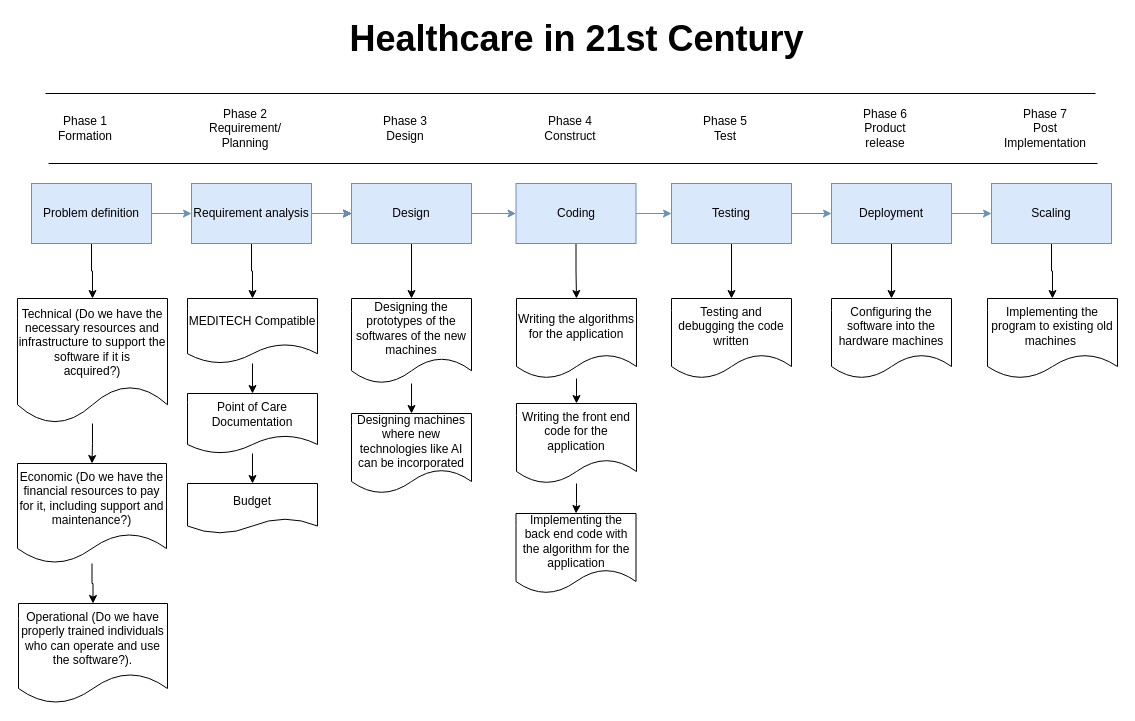
Before: page "SDLC Diagram" (1 of 5) of Healthcare system 21st centuary.drawio in YatinBajajOP/SEPM, a draw.io diagram. Source tidied: cells renumbered, new cells numbered last; positions are measured from the earlier drawing's top-left corner, leaving out a move shared by most shapes. Both pictures are drawn from the tidied source at 100%, with x=0, y=0 at pixel (17, 23).
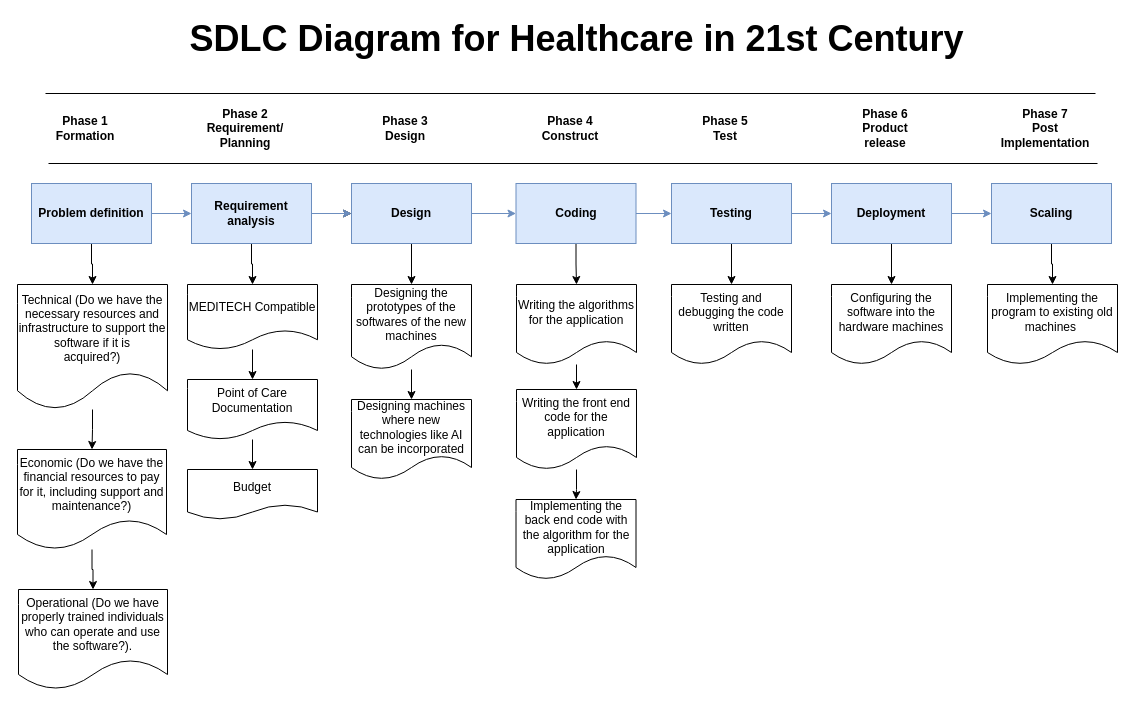
Above is the later version.

What changed in the source:
```diff
@@
-    <mxCell id="2" style="edgeStyle=orthogonalEdgeStyle;rounded=0;jettySize=auto;html=1;fillColor=#dae8fc;strokeColor=#6c8ebf;" parent="1" edge="1" source="4" target="8">
+    <mxCell id="2" style="edgeStyle=orthogonalEdgeStyle;rounded=0;jettySize=auto;html=1;fillColor=#dae8fc;strokeColor=#6c8ebf;fontStyle=1;" parent="1" edge="1" source="4" target="8">
       <mxGeometry relative="1" as="geometry" />
     </mxCell>
@@
-    <mxCell id="4" value="Problem definition" style="rounded=0;whiteSpace=wrap;html=1;fillColor=#dae8fc;strokeColor=#6c8ebf;" parent="1" vertex="1">
+    <mxCell id="4" value="Problem definition" style="rounded=0;whiteSpace=wrap;html=1;fillColor=#dae8fc;strokeColor=#6c8ebf;fontStyle=1;" parent="1" vertex="1">
       <mxGeometry x="14" y="160" width="120" height="60" as="geometry" />
     </mxCell>
-    <mxCell id="5" style="edgeStyle=orthogonalEdgeStyle;rounded=0;jettySize=auto;html=1;" parent="1" edge="1" source="8" target="11">
+    <mxCell id="5" style="edgeStyle=orthogonalEdgeStyle;rounded=0;jettySize=auto;html=1;fontStyle=1;" parent="1" edge="1" source="8" target="11">
       <mxGeometry relative="1" as="geometry" />
     </mxCell>
@@
-    <mxCell id="7" style="edgeStyle=orthogonalEdgeStyle;rounded=0;jettySize=auto;html=1;fillColor=#dae8fc;strokeColor=#6c8ebf;" parent="1" edge="1" source="8" target="11">
+    <mxCell id="7" style="edgeStyle=orthogonalEdgeStyle;rounded=0;jettySize=auto;html=1;fillColor=#dae8fc;strokeColor=#6c8ebf;fontStyle=1;" parent="1" edge="1" source="8" target="11">
       <mxGeometry relative="1" as="geometry" />
     </mxCell>
-    <mxCell id="8" value="Requirement analysis" style="rounded=0;whiteSpace=wrap;html=1;fillColor=#dae8fc;strokeColor=#6c8ebf;" parent="1" vertex="1">
+    <mxCell id="8" value="Requirement analysis" style="rounded=0;whiteSpace=wrap;html=1;fillColor=#dae8fc;strokeColor=#6c8ebf;fontStyle=1;" parent="1" vertex="1">
       <mxGeometry x="174" y="160" width="120" height="60" as="geometry" />
     </mxCell>
@@
-    <mxCell id="10" style="edgeStyle=orthogonalEdgeStyle;rounded=0;jettySize=auto;html=1;fillColor=#dae8fc;strokeColor=#6c8ebf;" parent="1" edge="1" source="11" target="24">
+    <mxCell id="10" style="edgeStyle=orthogonalEdgeStyle;rounded=0;jettySize=auto;html=1;fillColor=#dae8fc;strokeColor=#6c8ebf;fontStyle=1;" parent="1" edge="1" source="11" target="24">
       <mxGeometry relative="1" as="geometry" />
     </mxCell>
-    <mxCell id="11" value="Design" style="rounded=0;whiteSpace=wrap;html=1;fillColor=#dae8fc;strokeColor=#6c8ebf;" parent="1" vertex="1">
+    <mxCell id="11" value="Design" style="rounded=0;whiteSpace=wrap;html=1;fillColor=#dae8fc;strokeColor=#6c8ebf;fontStyle=1;" parent="1" vertex="1">
       <mxGeometry x="334" y="160" width="120" height="60" as="geometry" />
     </mxCell>
@@
     <mxCell id="13" value="Technical (Do we have the necessary resources and infrastructure to support the software if it is&lt;br/&gt;acquired?)&lt;br/&gt;" style="shape=document;whiteSpace=wrap;html=1;boundedLbl=1;" parent="1" vertex="1">
-      <mxGeometry y="275" width="150" height="125" as="geometry" />
+      <mxGeometry y="261" width="150" height="125" as="geometry" />
     </mxCell>
@@
     <mxCell id="15" value="MEDITECH Compatible" style="shape=document;whiteSpace=wrap;html=1;boundedLbl=1;rounded=0;" parent="1" vertex="1">
-      <mxGeometry x="170" y="275" width="130" height="65" as="geometry" />
+      <mxGeometry x="170" y="261" width="130" height="65" as="geometry" />
     </mxCell>
@@
     <mxCell id="17" value="Point of Care Documentation" style="shape=document;whiteSpace=wrap;html=1;boundedLbl=1;rounded=0;" parent="1" vertex="1">
-      <mxGeometry x="170" y="370" width="130" height="60" as="geometry" />
+      <mxGeometry x="170" y="356" width="130" height="60" as="geometry" />
     </mxCell>
     <mxCell id="18" value="Budget" style="shape=document;whiteSpace=wrap;html=1;boundedLbl=1;rounded=0;" parent="1" vertex="1">
-      <mxGeometry x="170" y="460" width="130" height="50" as="geometry" />
+      <mxGeometry x="170" y="446" width="130" height="50" as="geometry" />
     </mxCell>
@@
     <mxCell id="20" value="Designing the prototypes of the softwares of the new machines" style="shape=document;whiteSpace=wrap;html=1;boundedLbl=1;rounded=0;" parent="1" vertex="1">
-      <mxGeometry x="334" y="275" width="120" height="85" as="geometry" />
+      <mxGeometry x="334" y="261" width="120" height="85" as="geometry" />
     </mxCell>
     <mxCell id="21" value="Designing machines where new technologies like AI can be incorporated" style="shape=document;whiteSpace=wrap;html=1;boundedLbl=1;rounded=0;" parent="1" vertex="1">
-      <mxGeometry x="334" y="390" width="120" height="80" as="geometry" />
+      <mxGeometry x="334" y="376" width="120" height="80" as="geometry" />
     </mxCell>
@@
-    <mxCell id="23" style="edgeStyle=orthogonalEdgeStyle;rounded=0;jettySize=auto;html=1;fillColor=#dae8fc;strokeColor=#6c8ebf;" parent="1" edge="1" source="24" target="32">
+    <mxCell id="23" style="edgeStyle=orthogonalEdgeStyle;rounded=0;jettySize=auto;html=1;fillColor=#dae8fc;strokeColor=#6c8ebf;fontStyle=1;" parent="1" edge="1" source="24" target="32">
       <mxGeometry relative="1" as="geometry" />
     </mxCell>
-    <mxCell id="24" value="Coding" style="rounded=0;whiteSpace=wrap;html=1;fillColor=#dae8fc;strokeColor=#6c8ebf;" parent="1" vertex="1">
+    <mxCell id="24" value="Coding" style="rounded=0;whiteSpace=wrap;html=1;fillColor=#dae8fc;strokeColor=#6c8ebf;fontStyle=1;" parent="1" vertex="1">
       <mxGeometry x="498.5" y="160" width="120" height="60" as="geometry" />
     </mxCell>
@@
     <mxCell id="26" value="Writing the algorithms for the application" style="shape=document;whiteSpace=wrap;html=1;boundedLbl=1;rounded=0;" parent="1" vertex="1">
-      <mxGeometry x="499" y="275" width="120" height="80" as="geometry" />
+      <mxGeometry x="499" y="261" width="120" height="80" as="geometry" />
     </mxCell>
@@
     <mxCell id="28" value="Writing the front end code for the application" style="shape=document;whiteSpace=wrap;html=1;boundedLbl=1;rounded=0;" parent="1" vertex="1">
-      <mxGeometry x="499" y="380" width="120" height="80" as="geometry" />
+      <mxGeometry x="499" y="366" width="120" height="80" as="geometry" />
     </mxCell>
     <mxCell id="29" value="Implementing the back end code with the algorithm for the application" style="shape=document;whiteSpace=wrap;html=1;boundedLbl=1;rounded=0;" parent="1" vertex="1">
-      <mxGeometry x="498.5" y="490" width="120" height="80" as="geometry" />
+      <mxGeometry x="498.5" y="476" width="120" height="80" as="geometry" />
     </mxCell>
@@
-    <mxCell id="31" style="edgeStyle=orthogonalEdgeStyle;rounded=0;jettySize=auto;html=1;fillColor=#dae8fc;strokeColor=#6c8ebf;" parent="1" edge="1" source="32" target="36">
+    <mxCell id="31" style="edgeStyle=orthogonalEdgeStyle;rounded=0;jettySize=auto;html=1;fillColor=#dae8fc;strokeColor=#6c8ebf;fontStyle=1;" parent="1" edge="1" source="32" target="36">
       <mxGeometry relative="1" as="geometry" />
     </mxCell>
-    <mxCell id="32" value="Testing" style="rounded=0;whiteSpace=wrap;html=1;fillColor=#dae8fc;strokeColor=#6c8ebf;" parent="1" vertex="1">
+    <mxCell id="32" value="Testing" style="rounded=0;whiteSpace=wrap;html=1;fillColor=#dae8fc;strokeColor=#6c8ebf;fontStyle=1;" parent="1" vertex="1">
       <mxGeometry x="654" y="160" width="120" height="60" as="geometry" />
     </mxCell>
     <mxCell id="33" value="Testing and debugging the code written" style="shape=document;whiteSpace=wrap;html=1;boundedLbl=1;rounded=0;" parent="1" vertex="1">
-      <mxGeometry x="654" y="275" width="120" height="80" as="geometry" />
+      <mxGeometry x="654" y="261" width="120" height="80" as="geometry" />
     </mxCell>
@@
-    <mxCell id="35" style="edgeStyle=orthogonalEdgeStyle;rounded=0;jettySize=auto;html=1;fillColor=#dae8fc;strokeColor=#6c8ebf;" parent="1" edge="1" source="36" target="39">
+    <mxCell id="35" style="edgeStyle=orthogonalEdgeStyle;rounded=0;jettySize=auto;html=1;fillColor=#dae8fc;strokeColor=#6c8ebf;fontStyle=1;" parent="1" edge="1" source="36" target="39">
       <mxGeometry relative="1" as="geometry" />
     </mxCell>
-    <mxCell id="36" value="Deployment" style="whiteSpace=wrap;html=1;rounded=0;fillColor=#dae8fc;strokeColor=#6c8ebf;" parent="1" vertex="1">
+    <mxCell id="36" value="Deployment" style="whiteSpace=wrap;html=1;rounded=0;fillColor=#dae8fc;strokeColor=#6c8ebf;fontStyle=1;" parent="1" vertex="1">
       <mxGeometry x="814" y="160" width="120" height="60" as="geometry" />
     </mxCell>
     <mxCell id="37" value="Configuring the software into the hardware machines" style="shape=document;whiteSpace=wrap;html=1;boundedLbl=1;rounded=0;" parent="1" vertex="1">
-      <mxGeometry x="814" y="275" width="120" height="80" as="geometry" />
+      <mxGeometry x="814" y="261" width="120" height="80" as="geometry" />
     </mxCell>
@@
-    <mxCell id="39" value="Scaling" style="whiteSpace=wrap;html=1;rounded=0;fillColor=#dae8fc;strokeColor=#6c8ebf;" parent="1" vertex="1">
+    <mxCell id="39" value="Scaling" style="whiteSpace=wrap;html=1;rounded=0;fillColor=#dae8fc;strokeColor=#6c8ebf;fontStyle=1;" parent="1" vertex="1">
       <mxGeometry x="974" y="160" width="120" height="60" as="geometry" />
     </mxCell>
     <mxCell id="40" value="Implementing the program to existing old machines&amp;nbsp;" style="shape=document;whiteSpace=wrap;html=1;boundedLbl=1;rounded=0;" parent="1" vertex="1">
-      <mxGeometry x="970" y="275" width="130" height="80" as="geometry" />
+      <mxGeometry x="970" y="261" width="130" height="80" as="geometry" />
     </mxCell>
-    <mxCell id="41" value="Phase 1&lt;br&gt;Formation" style="text;html=1;strokeColor=none;fillColor=none;align=center;verticalAlign=middle;whiteSpace=wrap;rounded=0;" parent="1" vertex="1">
+    <mxCell id="41" value="Phase 1&lt;br&gt;Formation" style="text;html=1;strokeColor=none;fillColor=none;align=center;verticalAlign=middle;whiteSpace=wrap;rounded=0;fontStyle=1;" parent="1" vertex="1">
       <mxGeometry x="38" y="90" width="60" height="30" as="geometry" />
     </mxCell>
-    <mxCell id="42" value="Phase 2&lt;br&gt;Requirement/ Planning" style="text;html=1;strokeColor=none;fillColor=none;align=center;verticalAlign=middle;whiteSpace=wrap;rounded=0;" parent="1" vertex="1">
+    <mxCell id="42" value="Phase 2&lt;br&gt;Requirement/ Planning" style="text;html=1;strokeColor=none;fillColor=none;align=center;verticalAlign=middle;whiteSpace=wrap;rounded=0;fontStyle=1;" parent="1" vertex="1">
       <mxGeometry x="198" y="90" width="60" height="30" as="geometry" />
     </mxCell>
-    <mxCell id="43" value="Phase 3&lt;br&gt;Design" style="text;html=1;strokeColor=none;fillColor=none;align=center;verticalAlign=middle;whiteSpace=wrap;rounded=0;" parent="1" vertex="1">
+    <mxCell id="43" value="Phase 3&lt;br&gt;Design" style="text;html=1;strokeColor=none;fillColor=none;align=center;verticalAlign=middle;whiteSpace=wrap;rounded=0;fontStyle=1;" parent="1" vertex="1">
       <mxGeometry x="358" y="90" width="60" height="30" as="geometry" />
     </mxCell>
-    <mxCell id="44" value="Phase 4&lt;br&gt;Construct" style="text;html=1;strokeColor=none;fillColor=none;align=center;verticalAlign=middle;whiteSpace=wrap;rounded=0;" parent="1" vertex="1">
+    <mxCell id="44" value="Phase 4&lt;br&gt;Construct" style="text;html=1;strokeColor=none;fillColor=none;align=center;verticalAlign=middle;whiteSpace=wrap;rounded=0;fontStyle=1;" parent="1" vertex="1">
       <mxGeometry x="523" y="90" width="60" height="30" as="geometry" />
     </mxCell>
-    <mxCell id="45" value="Phase 5&lt;br&gt;Test" style="text;html=1;strokeColor=none;fillColor=none;align=center;verticalAlign=middle;whiteSpace=wrap;rounded=0;" parent="1" vertex="1">
+    <mxCell id="45" value="Phase 5&lt;br&gt;Test" style="text;html=1;strokeColor=none;fillColor=none;align=center;verticalAlign=middle;whiteSpace=wrap;rounded=0;fontStyle=1;" parent="1" vertex="1">
       <mxGeometry x="678" y="90" width="60" height="30" as="geometry" />
     </mxCell>
-    <mxCell id="46" value="Phase 6&lt;br&gt;Product release" style="text;html=1;strokeColor=none;fillColor=none;align=center;verticalAlign=middle;whiteSpace=wrap;rounded=0;" parent="1" vertex="1">
+    <mxCell id="46" value="Phase 6&lt;br&gt;Product release" style="text;html=1;strokeColor=none;fillColor=none;align=center;verticalAlign=middle;whiteSpace=wrap;rounded=0;fontStyle=1;" parent="1" vertex="1">
       <mxGeometry x="838" y="90" width="60" height="30" as="geometry" />
     </mxCell>
-    <mxCell id="47" value="Phase 7&lt;br&gt;Post Implementation" style="text;html=1;strokeColor=none;fillColor=none;align=center;verticalAlign=middle;whiteSpace=wrap;rounded=0;" parent="1" vertex="1">
+    <mxCell id="47" value="Phase 7&lt;br&gt;Post Implementation" style="text;html=1;strokeColor=none;fillColor=none;align=center;verticalAlign=middle;whiteSpace=wrap;rounded=0;fontStyle=1;" parent="1" vertex="1">
       <mxGeometry x="998" y="90" width="60" height="30" as="geometry" />
     </mxCell>
@@
-    <mxCell id="50" value="&lt;b&gt;&lt;font style=&quot;font-size: 36px&quot;&gt;Healthcare in 21st Century&lt;/font&gt;&lt;/b&gt;" style="text;html=1;align=center;verticalAlign=middle;strokeColor=none;fillColor=none;" parent="1" vertex="1">
-      <mxGeometry x="324" width="470" height="30" as="geometry" />
+    <mxCell id="50" value="&lt;b&gt;&lt;font style=&quot;font-size: 36px&quot;&gt;SDLC Diagram for Healthcare in 21st Century&lt;/font&gt;&lt;/b&gt;" style="text;html=1;align=center;verticalAlign=middle;strokeColor=none;fillColor=none;" parent="1" vertex="1">
+      <mxGeometry x="164" width="790" height="30" as="geometry" />
     </mxCell>
@@
     <mxCell id="52" value="Economic (Do we have the financial resources to pay for it, including support and&lt;br/&gt;maintenance?)&lt;br/&gt;" style="shape=document;whiteSpace=wrap;html=1;boundedLbl=1;" parent="1" vertex="1">
-      <mxGeometry y="440" width="149" height="100" as="geometry" />
+      <mxGeometry y="426" width="149" height="100" as="geometry" />
     </mxCell>
     <mxCell id="53" value="Operational (Do we have properly trained individuals who can operate and use the software?)." style="shape=document;whiteSpace=wrap;html=1;boundedLbl=1;" parent="1" vertex="1">
-      <mxGeometry x="1" y="580" width="149" height="100" as="geometry" />
+      <mxGeometry x="1" y="566" width="149" height="100" as="geometry" />
     </mxCell>
```
